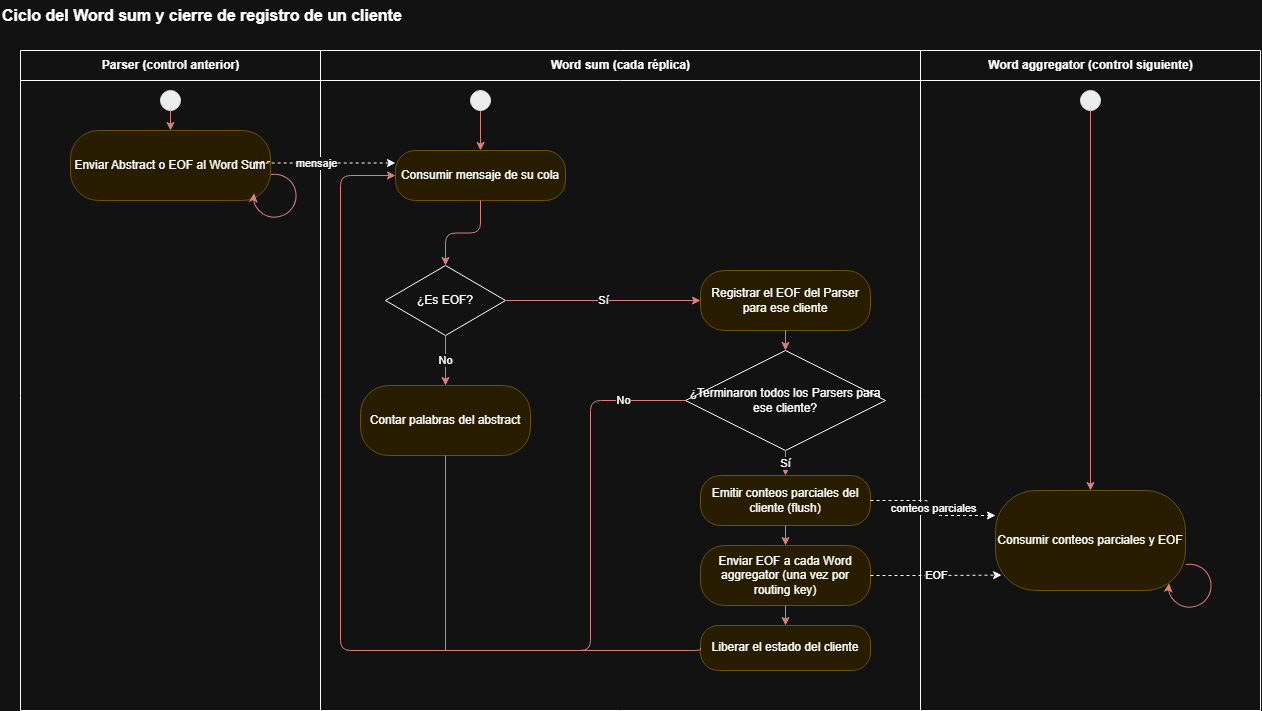
This is diseño/diagramas/actividades.png from LuccaMarino/tp-grupal_Distribuidos, a draw.io export, as it was before one commit. Source tidied: cells renumbered, new cells last; positions are measured from the earlier drawing's top-left corner, leaving out a move shared by most shapes.
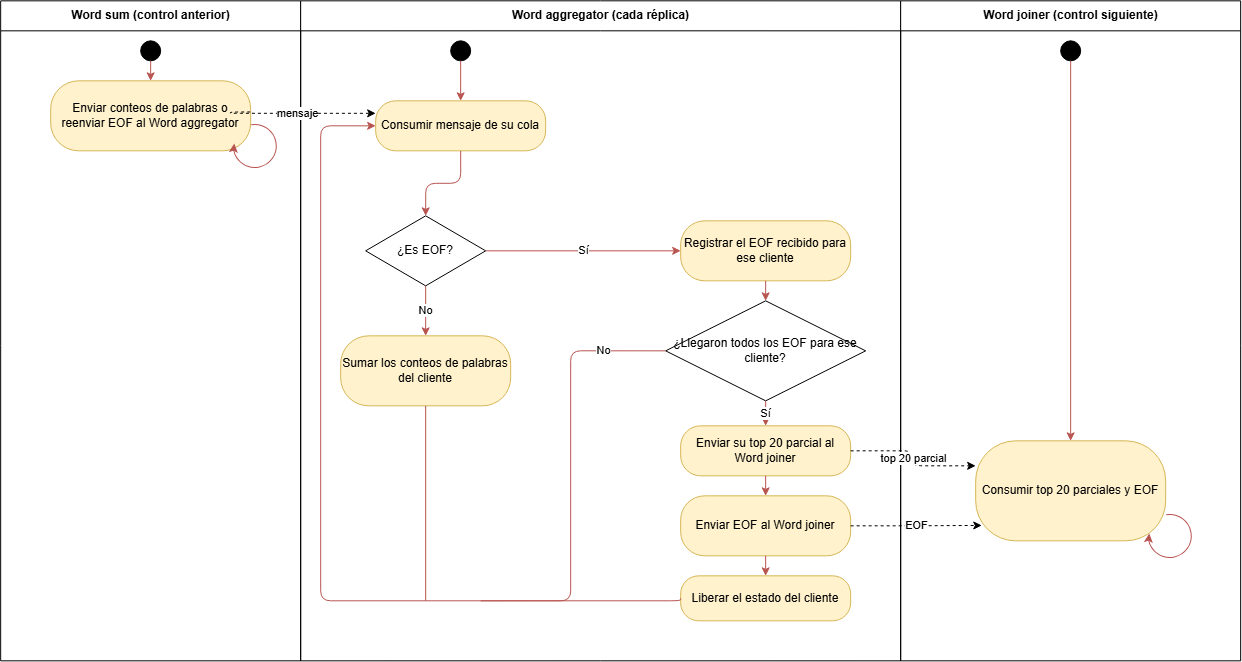
Later version of the same file.

Change to the diagram source:
```diff
@@ -2,55 +2,52 @@
   <root>
     <mxCell id="0" />
     <mxCell id="1" parent="0" />
-    <mxCell id="2" value="Ciclo del Word sum y cierre de registro de un cliente" style="text;html=1;align=left;verticalAlign=middle;fontSize=16;fontStyle=1;" parent="1" vertex="1">
-      <mxGeometry width="1000" height="30" as="geometry" />
-    </mxCell>
-    <mxCell id="3" value="Parser (control anterior)" style="swimlane;html=1;startSize=30;fontStyle=1;" parent="1" vertex="1">
-      <mxGeometry x="20" y="50" width="300" height="660" as="geometry" />
-    </mxCell>
+    <mxCell id="37" value="Word sum (control anterior)" style="swimlane;html=1;startSize=30;fontStyle=1;" parent="1" vertex="1">
+      <mxGeometry x="453.2" y="660.3" width="300" height="660" as="geometry" />
+    </mxCell>
-    <mxCell id="4" style="ellipse;fillColor=#000000;strokeColor=#000000;html=1;" parent="3" vertex="1">
+    <mxCell id="4" style="ellipse;fillColor=#000000;strokeColor=#000000;html=1;" parent="37" vertex="1">
       <mxGeometry x="140" y="40" width="20" height="20" as="geometry" />
     </mxCell>
-    <mxCell id="5" value="Enviar Abstract o EOF al Word Sum" style="rounded=1;arcSize=40;whiteSpace=wrap;html=1;fillColor=#fff2cc;strokeColor=#d6b656;" parent="3" vertex="1">
-      <mxGeometry x="50" y="80" width="200" height="70" as="geometry" />
-    </mxCell>
+    <mxCell id="38" value="Enviar conteos de palabras o reenviar EOF al Word aggregator" style="rounded=1;arcSize=40;whiteSpace=wrap;html=1;fillColor=#fff2cc;strokeColor=#d6b656;" parent="37" vertex="1">
+      <mxGeometry x="50" y="80" width="200" height="70" as="geometry" />
+    </mxCell>
-    <mxCell id="6" style="shape=mxgraph.basic.arc;html=1;startAngle=0.3;endAngle=0.1;endArrow=classic;endFill=1;rotation=-120;strokeColor=#b85450;" parent="3" vertex="1">
+    <mxCell id="6" style="shape=mxgraph.basic.arc;html=1;startAngle=0.3;endAngle=0.1;endArrow=classic;endFill=1;rotation=-120;strokeColor=#b85450;" parent="37" vertex="1">
       <mxGeometry x="230" y="120" width="50" height="50" as="geometry" />
     </mxCell>
-    <mxCell id="7" value="Word sum (cada réplica)" style="swimlane;html=1;startSize=30;fontStyle=1;" parent="1" vertex="1">
-      <mxGeometry x="320" y="50" width="600" height="660" as="geometry" />
-    </mxCell>
+    <mxCell id="39" value="Word aggregator (cada réplica)" style="swimlane;html=1;startSize=30;fontStyle=1;" parent="1" vertex="1">
+      <mxGeometry x="753.2" y="660.3" width="600" height="660" as="geometry" />
+    </mxCell>
-    <mxCell id="8" value="Consumir mensaje de su cola" style="rounded=1;arcSize=40;whiteSpace=wrap;html=1;fillColor=#fff2cc;strokeColor=#d6b656;" parent="7" vertex="1">
+    <mxCell id="8" value="Consumir mensaje de su cola" style="rounded=1;arcSize=40;whiteSpace=wrap;html=1;fillColor=#fff2cc;strokeColor=#d6b656;" parent="39" vertex="1">
       <mxGeometry x="75" y="100" width="170" height="50" as="geometry" />
     </mxCell>
-    <mxCell id="9" value="¿Es EOF?" style="rhombus;whiteSpace=wrap;html=1;fillColor=#ffffff;" parent="7" vertex="1">
+    <mxCell id="9" value="¿Es EOF?" style="rhombus;whiteSpace=wrap;html=1;fillColor=#ffffff;" parent="39" vertex="1">
       <mxGeometry x="65" y="215" width="120" height="70" as="geometry" />
     </mxCell>
-    <mxCell id="10" value="Contar palabras del abstract" style="rounded=1;arcSize=40;whiteSpace=wrap;html=1;fillColor=#fff2cc;strokeColor=#d6b656;" parent="7" vertex="1">
-      <mxGeometry x="40" y="335" width="170" height="70" as="geometry" />
-    </mxCell>
-    <mxCell id="11" value="Registrar el EOF del Parser para ese cliente" style="rounded=1;arcSize=40;whiteSpace=wrap;html=1;fillColor=#fff2cc;strokeColor=#d6b656;" parent="7" vertex="1">
-      <mxGeometry x="380" y="220" width="170" height="60" as="geometry" />
-    </mxCell>
-    <mxCell id="12" value="¿Terminaron todos los Parsers para ese cliente?" style="rhombus;whiteSpace=wrap;html=1;fillColor=#ffffff;" parent="7" vertex="1">
-      <mxGeometry x="365" y="300" width="200" height="100" as="geometry" />
-    </mxCell>
-    <mxCell id="13" value="Emitir conteos parciales del cliente (flush)" style="rounded=1;arcSize=40;whiteSpace=wrap;html=1;fillColor=#fff2cc;strokeColor=#d6b656;" parent="7" vertex="1">
-      <mxGeometry x="380" y="425" width="170" height="50" as="geometry" />
-    </mxCell>
-    <mxCell id="14" value="Enviar EOF a cada Word aggregator (una vez por routing key)" style="rounded=1;arcSize=40;whiteSpace=wrap;html=1;fillColor=#fff2cc;strokeColor=#d6b656;" parent="7" vertex="1">
-      <mxGeometry x="380" y="495" width="170" height="60" as="geometry" />
-    </mxCell>
+    <mxCell id="40" value="Sumar los conteos de palabras del cliente" style="rounded=1;arcSize=40;whiteSpace=wrap;html=1;fillColor=#fff2cc;strokeColor=#d6b656;" parent="39" vertex="1">
+      <mxGeometry x="40" y="335" width="170" height="70" as="geometry" />
+    </mxCell>
+    <mxCell id="41" value="Registrar el EOF recibido para ese cliente" style="rounded=1;arcSize=40;whiteSpace=wrap;html=1;fillColor=#fff2cc;strokeColor=#d6b656;" parent="39" vertex="1">
+      <mxGeometry x="380" y="220" width="170" height="60" as="geometry" />
+    </mxCell>
+    <mxCell id="42" value="¿Llegaron todos los EOF para ese cliente?" style="rhombus;whiteSpace=wrap;html=1;fillColor=#ffffff;" parent="39" vertex="1">
+      <mxGeometry x="365" y="300" width="200" height="100" as="geometry" />
+    </mxCell>
+    <mxCell id="43" value="Enviar su top 20 parcial al Word joiner" style="rounded=1;arcSize=40;whiteSpace=wrap;html=1;fillColor=#fff2cc;strokeColor=#d6b656;" parent="39" vertex="1">
+      <mxGeometry x="380" y="425" width="170" height="50" as="geometry" />
+    </mxCell>
+    <mxCell id="44" value="Enviar EOF al Word joiner" style="rounded=1;arcSize=40;whiteSpace=wrap;html=1;fillColor=#fff2cc;strokeColor=#d6b656;" parent="39" vertex="1">
+      <mxGeometry x="380" y="495" width="170" height="60" as="geometry" />
+    </mxCell>
-    <mxCell id="15" value="Liberar el estado del cliente" style="rounded=1;arcSize=40;whiteSpace=wrap;html=1;fillColor=#fff2cc;strokeColor=#d6b656;" parent="7" vertex="1">
+    <mxCell id="15" value="Liberar el estado del cliente" style="rounded=1;arcSize=40;whiteSpace=wrap;html=1;fillColor=#fff2cc;strokeColor=#d6b656;" parent="39" vertex="1">
       <mxGeometry x="380" y="575" width="170" height="45" as="geometry" />
     </mxCell>
-    <mxCell id="16" style="ellipse;fillColor=#000000;strokeColor=#000000;html=1;" parent="7" vertex="1">
+    <mxCell id="16" style="ellipse;fillColor=#000000;strokeColor=#000000;html=1;" parent="39" vertex="1">
       <mxGeometry x="150" y="40" width="20" height="20" as="geometry" />
     </mxCell>
-    <mxCell id="17" style="edgeStyle=orthogonalEdgeStyle;html=1;endArrow=classic;strokeColor=#b85450;exitX=0.5;exitY=1;exitDx=0;exitDy=0;entryX=0.5;entryY=0;entryDx=0;entryDy=0;" parent="7" edge="1" source="16" target="8">
+    <mxCell id="17" style="edgeStyle=orthogonalEdgeStyle;html=1;endArrow=classic;strokeColor=#b85450;exitX=0.5;exitY=1;exitDx=0;exitDy=0;entryX=0.5;entryY=0;entryDx=0;entryDy=0;" parent="39" edge="1" source="16" target="8">
       <mxGeometry x="0.68" relative="1" as="geometry" />
     </mxCell>
-    <mxCell id="18" style="edgeStyle=orthogonalEdgeStyle;html=1;endArrow=classic;strokeColor=#b85450;exitX=0;exitY=0.5;entryX=0;entryY=0.5;entryDx=0;entryDy=0;" parent="7" edge="1" source="15" target="8">
+    <mxCell id="18" style="edgeStyle=orthogonalEdgeStyle;html=1;endArrow=classic;strokeColor=#b85450;exitX=0;exitY=0.5;entryX=0;entryY=0.5;entryDx=0;entryDy=0;" parent="39" edge="1" source="15" target="8">
       <mxGeometry x="0.01" relative="1" as="geometry">
         <Array as="points">
           <mxPoint x="380" y="600" />
@@ -59,70 +56,70 @@
         </Array>
       </mxGeometry>
     </mxCell>
-    <mxCell id="19" value="Word aggregator (control siguiente)" style="swimlane;html=1;startSize=30;fontStyle=1;" parent="1" vertex="1">
-      <mxGeometry x="920" y="50" width="340" height="660" as="geometry" />
-    </mxCell>
-    <mxCell id="20" value="Consumir conteos parciales y EOF" style="rounded=1;arcSize=40;whiteSpace=wrap;html=1;fillColor=#fff2cc;strokeColor=#d6b656;" parent="19" vertex="1">
-      <mxGeometry x="75" y="440" width="190" height="100" as="geometry" />
-    </mxCell>
+    <mxCell id="45" value="Word joiner (control siguiente)" style="swimlane;html=1;startSize=30;fontStyle=1;" parent="1" vertex="1">
+      <mxGeometry x="1353.2" y="660.3" width="340" height="660" as="geometry" />
+    </mxCell>
+    <mxCell id="46" value="Consumir top 20 parciales y EOF" style="rounded=1;arcSize=40;whiteSpace=wrap;html=1;fillColor=#fff2cc;strokeColor=#d6b656;" parent="45" vertex="1">
+      <mxGeometry x="75" y="440" width="190" height="100" as="geometry" />
+    </mxCell>
-    <mxCell id="21" style="ellipse;fillColor=#000000;strokeColor=#000000;html=1;" parent="19" vertex="1">
+    <mxCell id="21" style="ellipse;fillColor=#000000;strokeColor=#000000;html=1;" parent="45" vertex="1">
       <mxGeometry x="160" y="40" width="20" height="20" as="geometry" />
     </mxCell>
-    <mxCell id="22" style="edgeStyle=orthogonalEdgeStyle;html=1;endArrow=classic;strokeColor=#b85450;exitX=0.5;exitY=1;exitDx=0;exitDy=0;entryX=0.5;entryY=0;entryDx=0;entryDy=0;" parent="19" edge="1" source="21" target="20">
-      <mxGeometry x="0.58" relative="1" as="geometry" />
-    </mxCell>
+    <mxCell id="47" style="edgeStyle=orthogonalEdgeStyle;html=1;endArrow=classic;strokeColor=#b85450;exitX=0.5;exitY=1;exitDx=0;exitDy=0;entryX=0.5;entryY=0;entryDx=0;entryDy=0;" parent="45" edge="1" source="21" target="46">
+      <mxGeometry x="0.58" relative="1" as="geometry" />
+    </mxCell>
-    <mxCell id="23" style="shape=mxgraph.basic.arc;html=1;startAngle=0.3;endAngle=0.1;endArrow=classic;endFill=1;rotation=-120;strokeColor=#b85450;" parent="19" vertex="1">
+    <mxCell id="23" style="shape=mxgraph.basic.arc;html=1;startAngle=0.3;endAngle=0.1;endArrow=classic;endFill=1;rotation=-120;strokeColor=#b85450;" parent="45" vertex="1">
       <mxGeometry x="245" y="510" width="50" height="50" as="geometry" />
     </mxCell>
-    <mxCell id="24" style="edgeStyle=orthogonalEdgeStyle;html=1;endArrow=classic;strokeColor=#b85450;" parent="1" edge="1" source="4" target="5">
-      <mxGeometry relative="1" as="geometry" />
-    </mxCell>
+    <mxCell id="48" style="edgeStyle=orthogonalEdgeStyle;html=1;endArrow=classic;strokeColor=#b85450;" parent="1" edge="1" source="4" target="38">
+      <mxGeometry relative="1" as="geometry" />
+    </mxCell>
     <mxCell id="25" style="edgeStyle=orthogonalEdgeStyle;html=1;endArrow=classic;strokeColor=#b85450;" parent="1" edge="1" source="8" target="9">
       <mxGeometry relative="1" as="geometry" />
     </mxCell>
-    <mxCell id="26" value="No" style="edgeStyle=orthogonalEdgeStyle;html=1;endArrow=classic;strokeColor=#b85450;exitX=0.5;exitY=1;entryX=0.5;entryY=0;" parent="1" edge="1" source="9" target="10">
+    <mxCell id="26" value="No" style="edgeStyle=orthogonalEdgeStyle;html=1;endArrow=classic;strokeColor=#b85450;exitX=0.5;exitY=1;entryX=0.5;entryY=0;" parent="1" edge="1" source="9" target="40">
       <mxGeometry relative="1" as="geometry" />
     </mxCell>
-    <mxCell id="27" value="Sí" style="edgeStyle=orthogonalEdgeStyle;html=1;endArrow=classic;strokeColor=#b85450;exitX=1;exitY=0.5;entryX=0;entryY=0.5;" parent="1" edge="1" source="9" target="11">
+    <mxCell id="27" value="Sí" style="edgeStyle=orthogonalEdgeStyle;html=1;endArrow=classic;strokeColor=#b85450;exitX=1;exitY=0.5;entryX=0;entryY=0.5;" parent="1" edge="1" source="9" target="41">
       <mxGeometry relative="1" as="geometry" />
     </mxCell>
-    <mxCell id="28" style="edgeStyle=orthogonalEdgeStyle;html=1;endArrow=classic;strokeColor=#b85450;" parent="1" edge="1" source="11" target="12">
-      <mxGeometry relative="1" as="geometry" />
-    </mxCell>
+    <mxCell id="49" style="edgeStyle=orthogonalEdgeStyle;html=1;endArrow=classic;strokeColor=#b85450;" parent="1" edge="1" source="41" target="42">
+      <mxGeometry relative="1" as="geometry" />
+    </mxCell>
-    <mxCell id="29" value="Sí" style="edgeStyle=orthogonalEdgeStyle;html=1;endArrow=classic;strokeColor=#b85450;" parent="1" edge="1" source="12" target="13">
+    <mxCell id="29" value="Sí" style="edgeStyle=orthogonalEdgeStyle;html=1;endArrow=classic;strokeColor=#b85450;" parent="1" edge="1" source="42" target="43">
       <mxGeometry relative="1" as="geometry" />
     </mxCell>
-    <mxCell id="30" value="No" style="edgeStyle=orthogonalEdgeStyle;html=1;endArrow=none;strokeColor=#b85450;exitX=0;exitY=0.5;startArrow=none;startFill=0;endFill=0;" parent="1" edge="1" source="12">
+    <mxCell id="30" value="No" style="edgeStyle=orthogonalEdgeStyle;html=1;endArrow=none;strokeColor=#b85450;exitX=0;exitY=0.5;startArrow=none;startFill=0;endFill=0;" parent="1" edge="1" source="42">
       <mxGeometry x="-0.71" relative="1" as="geometry">
-        <mxPoint x="500" y="650" as="targetPoint" />
+        <mxPoint x="933.2" y="1260.3" as="targetPoint" />
         <Array as="points">
-          <mxPoint x="590" y="400" />
-          <mxPoint x="590" y="650" />
+          <mxPoint x="1023.2" y="1010.3" />
+          <mxPoint x="1023.2" y="1260.3" />
         </Array>
       </mxGeometry>
     </mxCell>
-    <mxCell id="31" style="edgeStyle=orthogonalEdgeStyle;html=1;endArrow=classic;strokeColor=#b85450;" parent="1" edge="1" source="13" target="14">
-      <mxGeometry relative="1" as="geometry" />
-    </mxCell>
-    <mxCell id="32" style="edgeStyle=orthogonalEdgeStyle;html=1;endArrow=classic;strokeColor=#b85450;" parent="1" edge="1" source="14" target="15">
-      <mxGeometry relative="1" as="geometry" />
-    </mxCell>
-    <mxCell id="33" style="edgeStyle=orthogonalEdgeStyle;html=1;endArrow=none;strokeColor=#b85450;endFill=0;" parent="1" edge="1" source="10">
-      <mxGeometry relative="1" as="geometry">
-        <mxPoint x="445" y="650" as="targetPoint" />
-      </mxGeometry>
-    </mxCell>
+    <mxCell id="50" style="edgeStyle=orthogonalEdgeStyle;html=1;endArrow=classic;strokeColor=#b85450;" parent="1" edge="1" source="43" target="44">
+      <mxGeometry relative="1" as="geometry" />
+    </mxCell>
+    <mxCell id="51" style="edgeStyle=orthogonalEdgeStyle;html=1;endArrow=classic;strokeColor=#b85450;" parent="1" edge="1" source="44" target="15">
+      <mxGeometry relative="1" as="geometry" />
+    </mxCell>
+    <mxCell id="52" style="edgeStyle=orthogonalEdgeStyle;html=1;endArrow=none;strokeColor=#b85450;endFill=0;" parent="1" edge="1" source="40">
+      <mxGeometry relative="1" as="geometry">
+        <mxPoint x="878.2" y="1260.3" as="targetPoint" />
+      </mxGeometry>
+    </mxCell>
-    <mxCell id="34" value="mensaje" style="edgeStyle=orthogonalEdgeStyle;html=1;endArrow=classic;dashed=1;exitX=0.998;exitY=0.445;entryX=0;entryY=0.25;entryDx=0;entryDy=0;exitDx=0;exitDy=0;exitPerimeter=0;" parent="1" edge="1" source="5" target="8">
+    <mxCell id="34" value="mensaje" style="edgeStyle=orthogonalEdgeStyle;html=1;endArrow=classic;dashed=1;exitX=0.998;exitY=0.445;entryX=0;entryY=0.25;entryDx=0;entryDy=0;exitDx=0;exitDy=0;exitPerimeter=0;" parent="1" edge="1" source="38" target="8">
       <mxGeometry x="0.05" relative="1" as="geometry">
         <Array as="points">
-          <mxPoint x="249.6" y="162.5" />
+          <mxPoint x="682.8" y="772.8" />
         </Array>
       </mxGeometry>
     </mxCell>
-    <mxCell id="35" value="conteos parciales" style="edgeStyle=orthogonalEdgeStyle;html=1;endArrow=classic;dashed=1;exitX=1;exitY=0.5;entryX=0;entryY=0.25;" parent="1" edge="1" source="13" target="20">
-      <mxGeometry relative="1" as="geometry" />
-    </mxCell>
+    <mxCell id="53" value="top 20 parcial" style="edgeStyle=orthogonalEdgeStyle;html=1;endArrow=classic;dashed=1;exitX=1;exitY=0.5;entryX=0;entryY=0.25;" parent="1" edge="1" source="43" target="46">
+      <mxGeometry relative="1" as="geometry" />
+    </mxCell>
-    <mxCell id="36" value="EOF" style="edgeStyle=orthogonalEdgeStyle;html=1;endArrow=classic;dashed=1;exitX=1;exitY=0.5;entryX=0.032;entryY=0.846;entryDx=0;entryDy=0;entryPerimeter=0;" parent="1" edge="1" source="14" target="20">
+    <mxCell id="36" value="EOF" style="edgeStyle=orthogonalEdgeStyle;html=1;endArrow=classic;dashed=1;exitX=1;exitY=0.5;entryX=0.032;entryY=0.846;entryDx=0;entryDy=0;entryPerimeter=0;" parent="1" edge="1" source="44" target="46">
       <mxGeometry relative="1" as="geometry" />
     </mxCell>
   </root>
```
